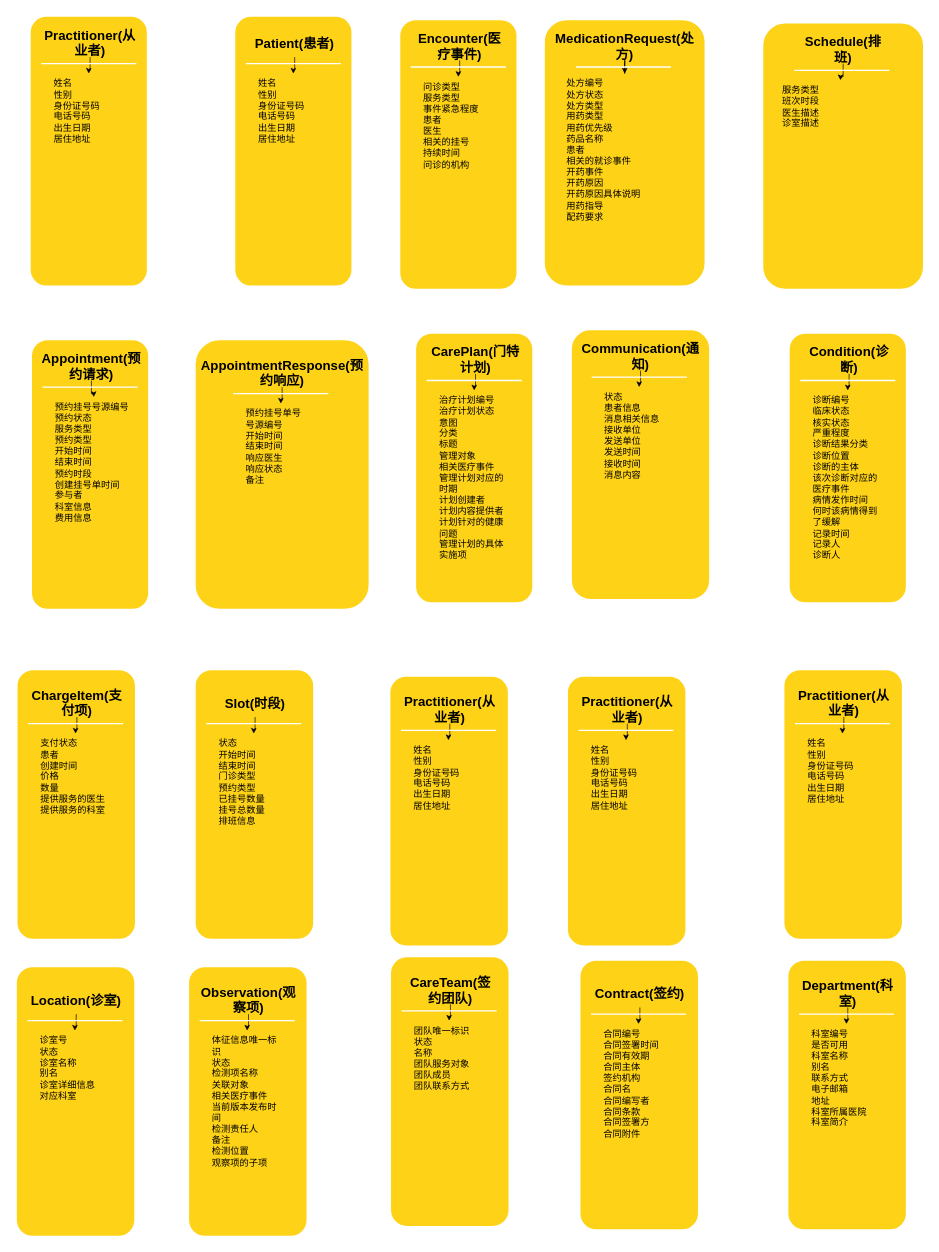
gingili/diagram keeps this draw.io diagram as 新都医共体核心数据集.drawio. Above is the earlier version. Source tidied: cells renumbered, new cells numbered last; positions are measured from the earlier drawing's top-left corner, leaving out a move shared by most shapes. Both pictures are drawn from the tidied source at 66%, with x=0, y=0 at pixel (14, 14).
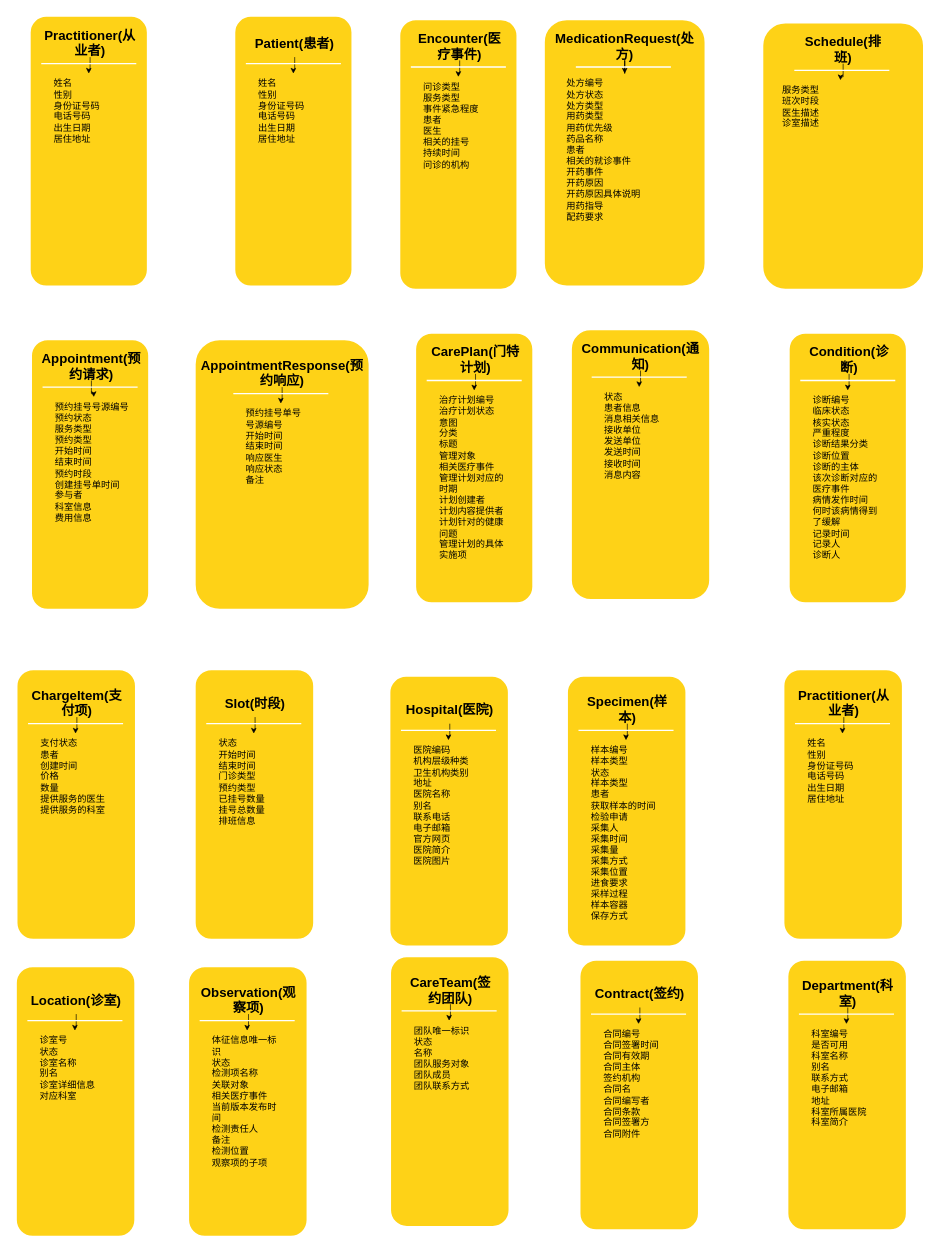
Above is the later version.

Commit message:
时段 , 医院 , 样本

Diff of the diagram source:
```diff
@@
-    <mxCell id="61" value="Practitioner(从业者)" style="text;html=1;strokeColor=none;fillColor=none;align=center;verticalAlign=middle;whiteSpace=wrap;rounded=0;shadow=0;fontSize=20;fontColor=#000000;fontStyle=1;" parent="1" vertex="1">
+    <mxCell id="61" value="Hospital(医院)" style="text;html=1;strokeColor=none;fillColor=none;align=center;verticalAlign=middle;whiteSpace=wrap;rounded=0;shadow=0;fontSize=20;fontColor=#000000;fontStyle=1;" parent="1" vertex="1">
       <mxGeometry x="590" y="1030" width="140" height="45" as="geometry" />
     </mxCell>
@@
-    <mxCell id="63" value="姓名&lt;br&gt;性别&lt;br&gt;身份证号码&lt;br&gt;电话号码&lt;br&gt;出生日期&lt;br&gt;居住地址" style="text;html=1;strokeColor=none;fillColor=none;align=left;verticalAlign=top;whiteSpace=wrap;rounded=0;shadow=0;fontSize=14;fontColor=#000000;" parent="1" vertex="1">
+    <mxCell id="63" value="医院编码&lt;br&gt;机构层级种类&lt;br&gt;卫生机构类别&lt;br&gt;地址&lt;br&gt;医院名称&lt;br&gt;别名&lt;br&gt;联系电话&lt;br&gt;电子邮箱&lt;br&gt;官方网页&lt;br&gt;医院简介&lt;br&gt;医院图片" style="text;html=1;strokeColor=none;fillColor=none;align=left;verticalAlign=top;whiteSpace=wrap;rounded=0;shadow=0;fontSize=14;fontColor=#000000;" parent="1" vertex="1">
       <mxGeometry x="603" y="1100" width="110" height="300" as="geometry" />
     </mxCell>
@@
-    <mxCell id="69" value="Practitioner(从业者)" style="text;html=1;strokeColor=none;fillColor=none;align=center;verticalAlign=middle;whiteSpace=wrap;rounded=0;shadow=0;fontSize=20;fontColor=#000000;fontStyle=1;" parent="1" vertex="1">
+    <mxCell id="69" value="Specimen(样本)" style="text;html=1;strokeColor=none;fillColor=none;align=center;verticalAlign=middle;whiteSpace=wrap;rounded=0;shadow=0;fontSize=20;fontColor=#000000;fontStyle=1;" parent="1" vertex="1">
       <mxGeometry x="859" y="1030" width="140" height="45" as="geometry" />
     </mxCell>
-    <mxCell id="70" value="姓名&lt;br&gt;性别&lt;br&gt;身份证号码&lt;br&gt;电话号码&lt;br&gt;出生日期&lt;br&gt;居住地址" style="text;html=1;strokeColor=none;fillColor=none;align=left;verticalAlign=top;whiteSpace=wrap;rounded=0;shadow=0;fontSize=14;fontColor=#000000;" parent="1" vertex="1">
+    <mxCell id="70" value="样本编号&lt;br&gt;样本类型&lt;br&gt;状态&lt;br&gt;样本类型&lt;br&gt;患者&lt;br&gt;获取样本的时间&lt;br&gt;检验申请&lt;br&gt;采集人&lt;br&gt;采集时间&lt;br&gt;采集量&lt;br&gt;采集方式&lt;br&gt;采集位置&lt;br&gt;进食要求&lt;br&gt;采样过程&lt;br&gt;样本容器&lt;br&gt;保存方式&lt;br&gt;" style="text;html=1;strokeColor=none;fillColor=none;align=left;verticalAlign=top;whiteSpace=wrap;rounded=0;shadow=0;fontSize=14;fontColor=#000000;" parent="1" vertex="1">
       <mxGeometry x="872" y="1100" width="110" height="300" as="geometry" />
     </mxCell>
```
